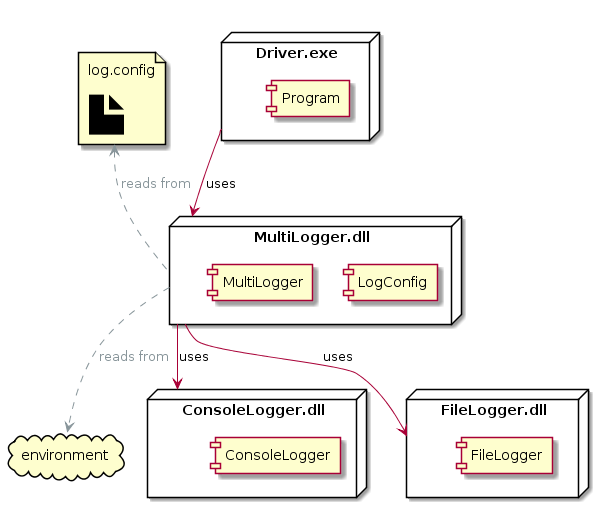
Before: Lesson 07 Dynamic Log Output/Solution 2 Environment Variables/images/Deployment-Diagram.png, a diagram exported from PlantUML (cmps253/design-architecture).
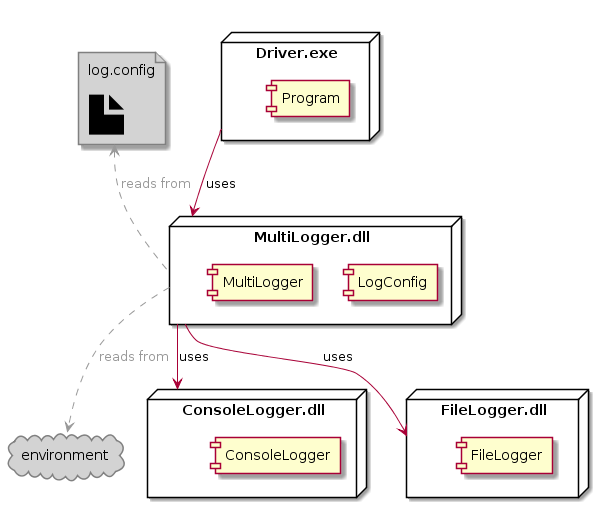
Above is the later version.

The edit, as a diff of the source:
```diff
@@ -21,9 +21,22 @@
         <size:60><&file></size>
     ]
 
+skinparam cloud {
+    borderColor grey
+    backgroundColor lightgrey
+    backgroundColor<<shared node>> Magenta
+}
+
+skinparam file {
+    borderColor grey
+    backgroundColor lightgrey
+    backgroundColor<<shared node>> Magenta
+}
+
+
 Driver.exe --> MultiLogger.dll : uses
 MultiLogger.dll --> ConsoleLogger.dll :uses
 MultiLogger.dll --> FileLogger.dll :uses
-MultiLogger.dll .[#88959A].> environment : "<font color=#88959A>reads from"
-bar <.[#88959A]. MultiLogger.dll : "<font color=#88959A>reads from"
+MultiLogger.dll .[#999999].> environment : "<font color=#999999>reads from"
+bar <.[#999999]. MultiLogger.dll : "<font color=#999999>reads from"
 @enduml
```
